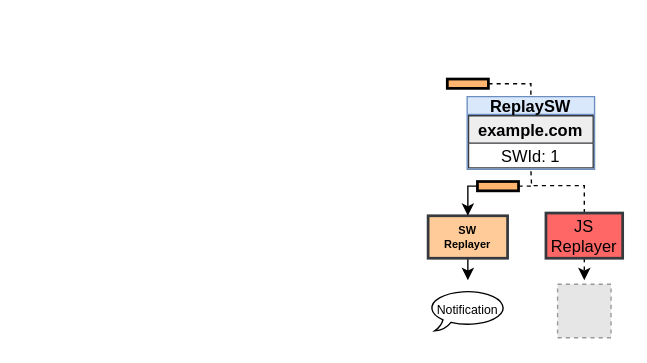
This is page "sw-replayer" (6 of 6) of replay-diagrams.drawio from jallen89/jscapsule-figures, a draw.io file, before an edit. Source tidied: cells renumbered, new cells numbered last; positions are measured from the earlier drawing's top-left corner, leaving out a move shared by most shapes. Both pictures are drawn from the tidied source at 137%, with x=0, y=0 at pixel (427, 78). Pictures stored in the file or linked from it are replaced by grey dashed boxes.
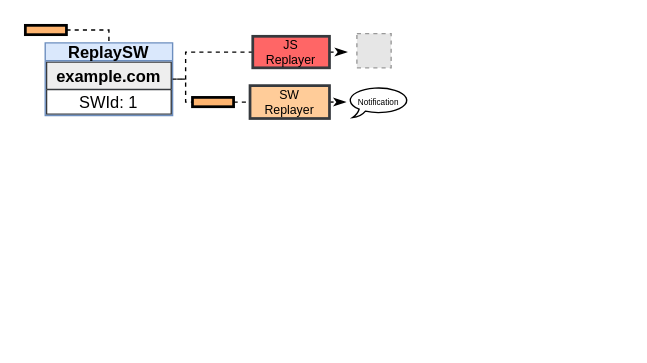
The same diagram, later.

Unchanged cells that the change refers to:
```xml
<mxCell id="16" value="ReplaySW" style="swimlane;fillColor=#dae8fc;strokeColor=#6c8ebf;startSize=13;" parent="13" vertex="1">
  <mxGeometry width="93" height="53" as="geometry" />
</mxCell>
```

The edit, as a diff of the source:
```diff
@@
-    <mxCell id="2" style="edgeStyle=orthogonalEdgeStyle;rounded=0;sketch=0;jettySize=auto;html=1;exitX=1;exitY=0.5;exitDx=0;exitDy=0;entryX=0.5;entryY=0;entryDx=0;entryDy=0;shadow=0;dashed=1;endArrow=none;endFill=0;" parent="1" edge="1" source="3" target="16">
-      <mxGeometry relative="1" as="geometry" />
-    </mxCell>
+    <mxCell id="18" style="edgeStyle=orthogonalEdgeStyle;rounded=0;jettySize=auto;html=1;exitX=0;exitY=0.5;exitDx=0;exitDy=0;entryX=1;entryY=0.5;entryDx=0;entryDy=0;dashed=1;fontSize=9;endArrow=none;endFill=0;" parent="1" edge="1" source="8" target="16">
+      <mxGeometry relative="1" as="geometry">
+        <Array as="points">
+          <mxPoint x="-177" y="-20" />
+          <mxPoint x="-177" />
+        </Array>
+      </mxGeometry>
+    </mxCell>
+    <mxCell id="19" style="edgeStyle=orthogonalEdgeStyle;rounded=0;jettySize=auto;html=1;exitX=1;exitY=0.5;exitDx=0;exitDy=0;dashed=1;fontSize=6;startArrow=none;startFill=0;endArrow=classicThin;endFill=1;" parent="1" edge="1" source="8">
+      <mxGeometry relative="1" as="geometry">
+        <mxPoint x="-59" y="-19.5" as="targetPoint" />
+      </mxGeometry>
+    </mxCell>
+    <mxCell id="8" value="&lt;div style=&quot;font-size: 9px&quot;&gt;&lt;font style=&quot;font-size: 9px&quot;&gt;JS&lt;/font&gt;&lt;/div&gt;&lt;div style=&quot;font-size: 9px&quot;&gt;&lt;font style=&quot;font-size: 9px&quot;&gt;Replayer&lt;/font&gt;&lt;br&gt;&lt;/div&gt;" style="rounded=0;whiteSpace=wrap;html=1;fontSize=8;strokeColor=#36393d;fillColor=#FF6666;strokeWidth=2;" parent="1" vertex="1">
+      <mxGeometry x="-128" y="-31" width="56" height="23" as="geometry" />
+    </mxCell>
+    <mxCell id="20" style="edgeStyle=orthogonalEdgeStyle;rounded=0;jettySize=auto;html=1;exitX=1;exitY=0.5;exitDx=0;exitDy=0;dashed=1;fontSize=6;endArrow=classicThin;endFill=1;startArrow=none;startFill=0;" parent="1" edge="1" source="5">
+      <mxGeometry relative="1" as="geometry">
+        <mxPoint x="-60" y="17" as="targetPoint" />
+      </mxGeometry>
+    </mxCell>
+    <mxCell id="5" value="&lt;div style=&quot;font-size: 9px&quot;&gt;&lt;font style=&quot;font-size: 9px&quot;&gt;SW&lt;/font&gt;&lt;/div&gt;&lt;div style=&quot;font-size: 9px&quot;&gt;&lt;font style=&quot;font-size: 9px&quot;&gt;Replayer&lt;/font&gt;&lt;br&gt;&lt;/div&gt;" style="rounded=0;whiteSpace=wrap;html=1;fontSize=8;strokeColor=#36393d;fillColor=#ffcc99;strokeWidth=2;" parent="1" vertex="1">
+      <mxGeometry x="-130" y="5" width="58" height="24" as="geometry" />
+    </mxCell>
+    <mxCell id="11" style="edgeStyle=orthogonalEdgeStyle;rounded=0;jettySize=auto;html=1;exitX=1;exitY=0.5;exitDx=0;exitDy=0;entryX=0;entryY=0.5;entryDx=0;entryDy=0;dashed=1;fontSize=9;endArrow=none;endFill=0;" parent="1" edge="1" source="12" target="5">
+      <mxGeometry relative="1" as="geometry" />
+    </mxCell>
+    <mxCell id="9" style="fillColor=#E6E6E6;strokeColor=#999999;dashed=1;verticalLabelPosition=bottom;labelBackgroundColor=default;verticalAlign=top;" parent="1" vertex="1">
+      <mxGeometry x="-52" y="-33" width="25" height="25" as="geometry" />
+    </mxCell>
     <mxCell id="3" style="rounded=0;whiteSpace=wrap;html=1;fillColor=#FFB570;strokeColor=#000000;strokeWidth=2;rotation=0;" parent="1" vertex="1">
-      <mxGeometry x="14" y="0.2" width="30" height="6.8" as="geometry" />
+      <mxGeometry x="-294" y="-39" width="30" height="6.8" as="geometry" />
     </mxCell>
-    <mxCell id="4" style="edgeStyle=orthogonalEdgeStyle;rounded=0;jettySize=auto;html=1;exitX=0.5;exitY=1;exitDx=0;exitDy=0;fontSize=9;" parent="1" edge="1" source="5">
-      <mxGeometry relative="1" as="geometry">
-        <mxPoint x="29" y="147" as="targetPoint" />
-      </mxGeometry>
-    </mxCell>
-    <mxCell id="5" value="&lt;div&gt;&lt;b&gt;SW&lt;/b&gt;&lt;/div&gt;&lt;div&gt;&lt;b&gt;Replayer&lt;/b&gt;&lt;br&gt;&lt;/div&gt;" style="rounded=0;whiteSpace=wrap;html=1;fontSize=8;strokeColor=#36393d;fillColor=#ffcc99;strokeWidth=2;" parent="1" vertex="1">
-      <mxGeometry y="100" width="58" height="31" as="geometry" />
-    </mxCell>
-    <mxCell id="6" style="edgeStyle=orthogonalEdgeStyle;rounded=0;sketch=0;jettySize=auto;html=1;exitX=0.5;exitY=0;exitDx=0;exitDy=0;shadow=0;dashed=1;endArrow=none;endFill=0;" parent="1" edge="1" source="8">
-      <mxGeometry relative="1" as="geometry">
-        <mxPoint x="75" y="66" as="targetPoint" />
-      </mxGeometry>
-    </mxCell>
-    <mxCell id="7" style="edgeStyle=orthogonalEdgeStyle;rounded=0;sketch=0;jettySize=auto;html=1;exitX=0.5;exitY=1;exitDx=0;exitDy=0;shadow=0;dashed=1;startArrow=none;startFill=0;endArrow=classic;endFill=1;" parent="1" edge="1" source="8">
-      <mxGeometry relative="1" as="geometry">
-        <mxPoint x="114" y="147" as="targetPoint" />
-        <Array as="points">
-          <mxPoint x="114" y="147" />
-          <mxPoint x="114" y="147" />
-        </Array>
-      </mxGeometry>
-    </mxCell>
-    <mxCell id="8" value="&lt;div style=&quot;font-size: 12px&quot;&gt;&lt;font style=&quot;font-size: 12px&quot;&gt;JS&lt;/font&gt;&lt;/div&gt;&lt;div style=&quot;font-size: 12px&quot;&gt;&lt;font style=&quot;font-size: 12px&quot;&gt;Replayer&lt;/font&gt;&lt;br&gt;&lt;/div&gt;" style="rounded=0;whiteSpace=wrap;html=1;fontSize=8;strokeColor=#36393d;fillColor=#FF6666;strokeWidth=2;" parent="1" vertex="1">
-      <mxGeometry x="86" y="98" width="56" height="33" as="geometry" />
-    </mxCell>
-    <mxCell id="9" style="fillColor=#E6E6E6;strokeColor=#999999;dashed=1;verticalLabelPosition=bottom;labelBackgroundColor=default;verticalAlign=top;" parent="1" vertex="1">
-      <mxGeometry x="94.5" y="150" width="39" height="39" as="geometry" />
-    </mxCell>
-    <mxCell id="10" style="edgeStyle=orthogonalEdgeStyle;rounded=0;sketch=0;jettySize=auto;html=1;exitX=1;exitY=0.5;exitDx=0;exitDy=0;shadow=0;dashed=1;endArrow=none;endFill=0;" parent="1" edge="1" source="12">
-      <mxGeometry relative="1" as="geometry">
-        <mxPoint x="75" y="79" as="targetPoint" />
-      </mxGeometry>
-    </mxCell>
-    <mxCell id="11" style="edgeStyle=orthogonalEdgeStyle;rounded=0;jettySize=auto;html=1;exitX=0;exitY=0.5;exitDx=0;exitDy=0;entryX=0.5;entryY=0;entryDx=0;entryDy=0;" parent="1" edge="1" source="12" target="5">
-      <mxGeometry relative="1" as="geometry" />
-    </mxCell>
-    <mxCell id="12" style="rounded=0;whiteSpace=wrap;html=1;fillColor=#FFB570;strokeColor=#000000;strokeWidth=2;rotation=0;" parent="1" vertex="1">
-      <mxGeometry x="36" y="75" width="30" height="6.8" as="geometry" />
-    </mxCell>
     <mxCell id="13" style="group;" parent="1" vertex="1">
-      <mxGeometry x="28.5" y="13" width="93" height="53" as="geometry" />
+      <mxGeometry x="-279.5" y="-26.2" width="93" height="53" as="geometry" />
     </mxCell>
@@
+    <mxCell id="2" style="edgeStyle=orthogonalEdgeStyle;rounded=0;sketch=0;jettySize=auto;html=1;exitX=1;exitY=0.5;exitDx=0;exitDy=0;entryX=0.5;entryY=0;entryDx=0;entryDy=0;shadow=0;dashed=1;endArrow=none;endFill=0;" parent="1" edge="1" source="3" target="16">
+      <mxGeometry relative="1" as="geometry" />
+    </mxCell>
-    <mxCell id="17" value="Notification" style="whiteSpace=wrap;html=1;shape=mxgraph.basic.oval_callout;fontSize=9;" parent="1" vertex="1">
-      <mxGeometry y="154" width="58" height="30" as="geometry" />
+    <mxCell id="17" value="&lt;font style=&quot;font-size: 6px&quot;&gt;Notification&lt;/font&gt;" style="whiteSpace=wrap;html=1;shape=mxgraph.basic.oval_callout;fontSize=9;" parent="1" vertex="1">
+      <mxGeometry x="-59" y="5.7" width="46" height="22.6" as="geometry" />
     </mxCell>
+    <mxCell id="12" style="rounded=0;whiteSpace=wrap;html=1;fillColor=#FFB570;strokeColor=#000000;strokeWidth=2;rotation=0;" parent="1" vertex="1">
+      <mxGeometry x="-172" y="13.6" width="30" height="6.8" as="geometry" />
+    </mxCell>
+    <mxCell id="21" style="edgeStyle=orthogonalEdgeStyle;rounded=0;jettySize=auto;html=1;exitX=1;exitY=0.5;exitDx=0;exitDy=0;entryX=0;entryY=0.5;entryDx=0;entryDy=0;fontSize=9;endArrow=none;endFill=0;dashed=1;" parent="1" edge="1" source="16" target="12">
+      <mxGeometry relative="1" as="geometry">
+        <Array as="points">
+          <mxPoint x="-177" />
+          <mxPoint x="-177" y="17" />
+        </Array>
+      </mxGeometry>
+    </mxCell>
```
